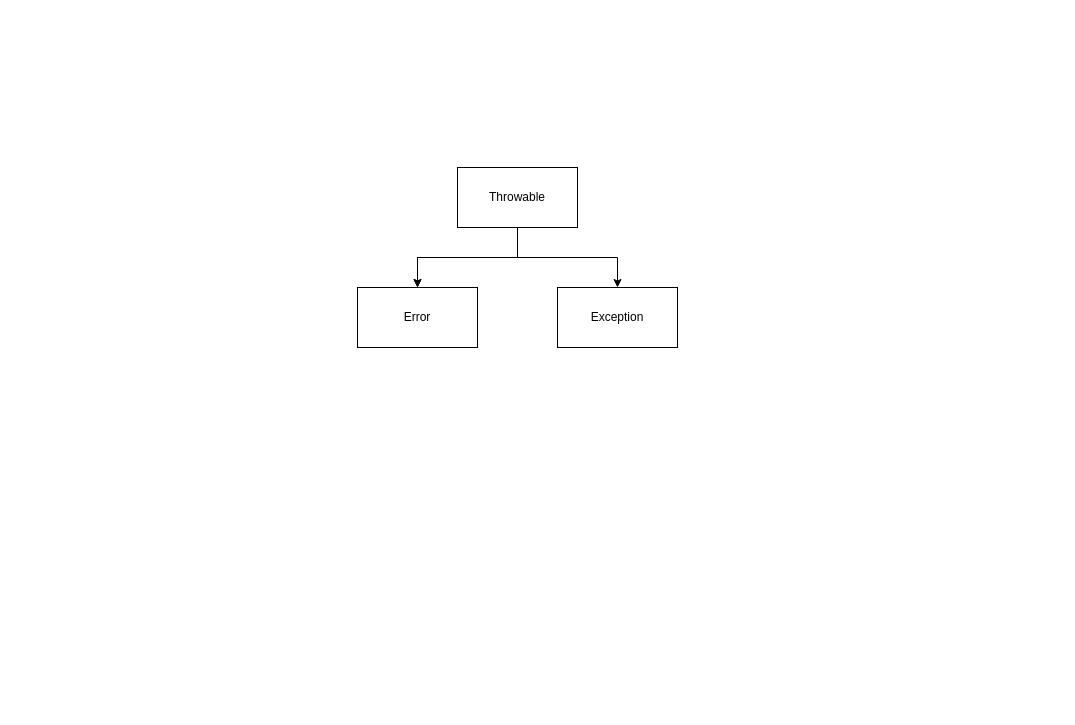
Earlier version of the draw.io diagram exception.drawio (zhangge208/LearningJava). Source tidied: cells renumbered, new cells numbered last; positions are measured from the earlier drawing's top-left corner, leaving out a move shared by most shapes. Both pictures are drawn from the tidied source at 100%, with x=0, y=0 at pixel (357, 167).
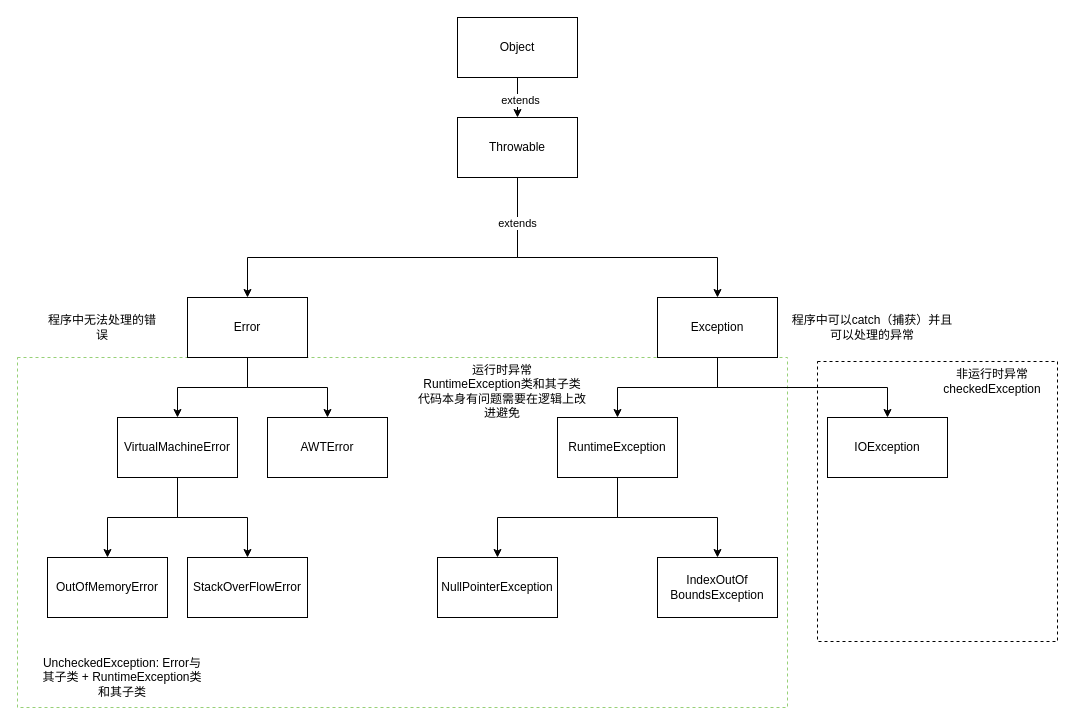
The same page after the edit.

What changed in the source:
```diff
@@
-    <mxCell id="2" style="edgeStyle=orthogonalEdgeStyle;rounded=0;jettySize=auto;html=1;" parent="1" edge="1" source="4" target="5">
-      <mxGeometry relative="1" as="geometry" />
-    </mxCell>
+    <mxCell id="8" style="rounded=0;whiteSpace=wrap;html=1;dashed=1;strokeColor=#97D077;" parent="1" vertex="1">
+      <mxGeometry x="-340" y="190" width="770" height="350" as="geometry" />
+    </mxCell>
+    <mxCell id="9" style="rounded=0;whiteSpace=wrap;html=1;dashed=1;" parent="1" vertex="1">
+      <mxGeometry x="460" y="194" width="240" height="280" as="geometry" />
+    </mxCell>
-    <mxCell id="3" style="edgeStyle=orthogonalEdgeStyle;rounded=0;jettySize=auto;html=1;" parent="1" edge="1" source="4" target="5">
-      <mxGeometry relative="1" as="geometry" />
+    <mxCell id="3" style="edgeStyle=orthogonalEdgeStyle;rounded=0;jettySize=auto;html=1;" parent="1" edge="1" target="5">
+      <mxGeometry relative="1" as="geometry">
+        <mxPoint x="160" y="60" as="sourcePoint" />
+        <Array as="points">
+          <mxPoint x="160" y="90" />
+          <mxPoint x="-110" y="90" />
+        </Array>
+      </mxGeometry>
     </mxCell>
     <mxCell id="4" value="Throwable" style="rounded=0;whiteSpace=wrap;html=1;" parent="1" vertex="1">
-      <mxGeometry x="100" width="120" height="60" as="geometry" />
+      <mxGeometry x="100" y="-50" width="120" height="60" as="geometry" />
     </mxCell>
+    <mxCell id="10" style="edgeStyle=orthogonalEdgeStyle;rounded=0;jettySize=auto;html=1;" parent="1" edge="1" source="5" target="17">
+      <mxGeometry relative="1" as="geometry" />
+    </mxCell>
     <mxCell id="5" value="Error" style="whiteSpace=wrap;html=1;rounded=0;" parent="1" vertex="1">
-      <mxGeometry y="120" width="120" height="60" as="geometry" />
+      <mxGeometry x="-170" y="130" width="120" height="60" as="geometry" />
     </mxCell>
+    <mxCell id="11" style="edgeStyle=orthogonalEdgeStyle;rounded=0;jettySize=auto;html=1;" parent="1" edge="1" source="6" target="27">
+      <mxGeometry relative="1" as="geometry" />
+    </mxCell>
     <mxCell id="6" value="Exception" style="whiteSpace=wrap;html=1;rounded=0;" parent="1" vertex="1">
-      <mxGeometry x="200" y="120" width="120" height="60" as="geometry" />
+      <mxGeometry x="300" y="130" width="120" height="60" as="geometry" />
     </mxCell>
-    <mxCell id="7" style="edgeStyle=orthogonalEdgeStyle;rounded=0;jettySize=auto;html=1;entryX=0.5;entryY=0;entryDx=0;entryDy=0;" parent="1" edge="1" target="6">
-      <mxGeometry relative="1" as="geometry">
-        <mxPoint x="160" y="60" as="sourcePoint" />
-        <Array as="points">
-          <mxPoint x="160" y="90" />
-          <mxPoint x="260" y="90" />
-          <mxPoint x="260" y="120" />
-        </Array>
-      </mxGeometry>
-    </mxCell>
+    <mxCell id="12" style="edgeStyle=orthogonalEdgeStyle;rounded=0;jettySize=auto;html=1;" parent="1" edge="1" source="14" target="4">
+      <mxGeometry relative="1" as="geometry" />
+    </mxCell>
+    <mxCell id="13" value="extends" style="edgeLabel;html=1;align=center;verticalAlign=middle;" parent="12" vertex="1">
+      <mxGeometry x="0.1" y="2" relative="1" as="geometry" />
+    </mxCell>
+    <mxCell id="14" value="Object" style="rounded=0;whiteSpace=wrap;html=1;" parent="1" vertex="1">
+      <mxGeometry x="100" y="-150" width="120" height="60" as="geometry" />
+    </mxCell>
+    <mxCell id="15" value="程序中无法处理的错误" style="text;html=1;strokeColor=none;fillColor=none;align=center;verticalAlign=middle;whiteSpace=wrap;rounded=0;" parent="1" vertex="1">
+      <mxGeometry x="-310" y="140" width="110" height="40" as="geometry" />
+    </mxCell>
+    <mxCell id="16" style="edgeStyle=orthogonalEdgeStyle;rounded=0;jettySize=auto;html=1;" parent="1" edge="1" source="17" target="18">
+      <mxGeometry relative="1" as="geometry" />
+    </mxCell>
+    <mxCell id="17" value="VirtualMachineError" style="whiteSpace=wrap;html=1;rounded=0;" parent="1" vertex="1">
+      <mxGeometry x="-240" y="250" width="120" height="60" as="geometry" />
+    </mxCell>
+    <mxCell id="18" value="OutOfMemoryError" style="whiteSpace=wrap;html=1;rounded=0;" parent="1" vertex="1">
+      <mxGeometry x="-310" y="390" width="120" height="60" as="geometry" />
+    </mxCell>
+    <mxCell id="19" value="StackOverFlowError" style="whiteSpace=wrap;html=1;rounded=0;" parent="1" vertex="1">
+      <mxGeometry x="-170" y="390" width="120" height="60" as="geometry" />
+    </mxCell>
+    <mxCell id="20" style="edgeStyle=orthogonalEdgeStyle;rounded=0;jettySize=auto;html=1;entryX=0.5;entryY=0;entryDx=0;entryDy=0;exitX=0.5;exitY=1;exitDx=0;exitDy=0;" parent="1" edge="1" source="17" target="19">
+      <mxGeometry relative="1" as="geometry" />
+    </mxCell>
+    <mxCell id="21" value="AWTError" style="whiteSpace=wrap;html=1;rounded=0;" parent="1" vertex="1">
+      <mxGeometry x="-90" y="250" width="120" height="60" as="geometry" />
+    </mxCell>
+    <mxCell id="22" style="edgeStyle=orthogonalEdgeStyle;rounded=0;jettySize=auto;html=1;entryX=0.5;entryY=0;entryDx=0;entryDy=0;exitX=0.5;exitY=1;exitDx=0;exitDy=0;" parent="1" edge="1" source="5" target="21">
+      <mxGeometry relative="1" as="geometry" />
+    </mxCell>
+    <mxCell id="23" style="edgeStyle=orthogonalEdgeStyle;rounded=0;jettySize=auto;html=1;entryX=0.5;entryY=0;entryDx=0;entryDy=0;exitX=0.5;exitY=1;exitDx=0;exitDy=0;" parent="1" edge="1" source="4" target="6">
+      <mxGeometry relative="1" as="geometry">
+        <Array as="points">
+          <mxPoint x="160" y="90" />
+          <mxPoint x="360" y="90" />
+        </Array>
+      </mxGeometry>
+    </mxCell>
+    <mxCell id="24" value="extends" style="edgeLabel;html=1;align=center;verticalAlign=middle;" parent="23" vertex="1">
+      <mxGeometry x="-0.72" y="-1" relative="1" as="geometry" />
+    </mxCell>
+    <mxCell id="25" value="程序中可以catch（捕获）并且可以处理的异常" style="text;html=1;strokeColor=none;fillColor=none;align=center;verticalAlign=middle;whiteSpace=wrap;rounded=0;" parent="1" vertex="1">
+      <mxGeometry x="430" y="130" width="170" height="60" as="geometry" />
+    </mxCell>
+    <mxCell id="26" style="edgeStyle=orthogonalEdgeStyle;rounded=0;jettySize=auto;html=1;" parent="1" edge="1" source="27" target="30">
+      <mxGeometry relative="1" as="geometry" />
+    </mxCell>
+    <mxCell id="27" value="RuntimeException" style="whiteSpace=wrap;html=1;rounded=0;" parent="1" vertex="1">
+      <mxGeometry x="200" y="250" width="120" height="60" as="geometry" />
+    </mxCell>
+    <mxCell id="28" value="运行时异常&lt;br&gt;RuntimeException类和其子类&lt;br&gt;代码本身有问题需要在逻辑上改进避免" style="text;html=1;strokeColor=none;fillColor=none;align=center;verticalAlign=middle;whiteSpace=wrap;rounded=0;" parent="1" vertex="1">
+      <mxGeometry x="60" y="194" width="170" height="60" as="geometry" />
+    </mxCell>
+    <mxCell id="29" value="IOException" style="whiteSpace=wrap;html=1;rounded=0;" parent="1" vertex="1">
+      <mxGeometry x="470" y="250" width="120" height="60" as="geometry" />
+    </mxCell>
+    <mxCell id="30" value="NullPointerException" style="whiteSpace=wrap;html=1;rounded=0;" parent="1" vertex="1">
+      <mxGeometry x="80" y="390" width="120" height="60" as="geometry" />
+    </mxCell>
+    <mxCell id="31" value="IndexOutOf&lt;br&gt;BoundsException" style="whiteSpace=wrap;html=1;rounded=0;" parent="1" vertex="1">
+      <mxGeometry x="300" y="390" width="120" height="60" as="geometry" />
+    </mxCell>
+    <mxCell id="32" style="edgeStyle=orthogonalEdgeStyle;rounded=0;jettySize=auto;html=1;entryX=0.5;entryY=0;entryDx=0;entryDy=0;exitX=0.5;exitY=1;exitDx=0;exitDy=0;" parent="1" edge="1" source="27" target="31">
+      <mxGeometry relative="1" as="geometry">
+        <Array as="points">
+          <mxPoint x="260" y="350" />
+          <mxPoint x="360" y="350" />
+        </Array>
+      </mxGeometry>
+    </mxCell>
+    <mxCell id="33" style="edgeStyle=orthogonalEdgeStyle;rounded=0;jettySize=auto;html=1;exitX=0.5;exitY=1;exitDx=0;exitDy=0;" parent="1" edge="1" source="6" target="29">
+      <mxGeometry relative="1" as="geometry" />
+    </mxCell>
+    <mxCell id="34" value="非运行时异常&lt;br&gt;checkedException" style="text;html=1;strokeColor=none;fillColor=none;align=center;verticalAlign=middle;whiteSpace=wrap;rounded=0;" parent="1" vertex="1">
+      <mxGeometry x="580" y="194" width="110" height="39" as="geometry" />
+    </mxCell>
+    <mxCell id="35" value="UncheckedException: Error与其子类 + RuntimeException类和其子类" style="text;html=1;strokeColor=none;fillColor=none;align=center;verticalAlign=middle;whiteSpace=wrap;rounded=0;" parent="1" vertex="1">
+      <mxGeometry x="-320" y="480" width="170" height="60" as="geometry" />
+    </mxCell>
```
